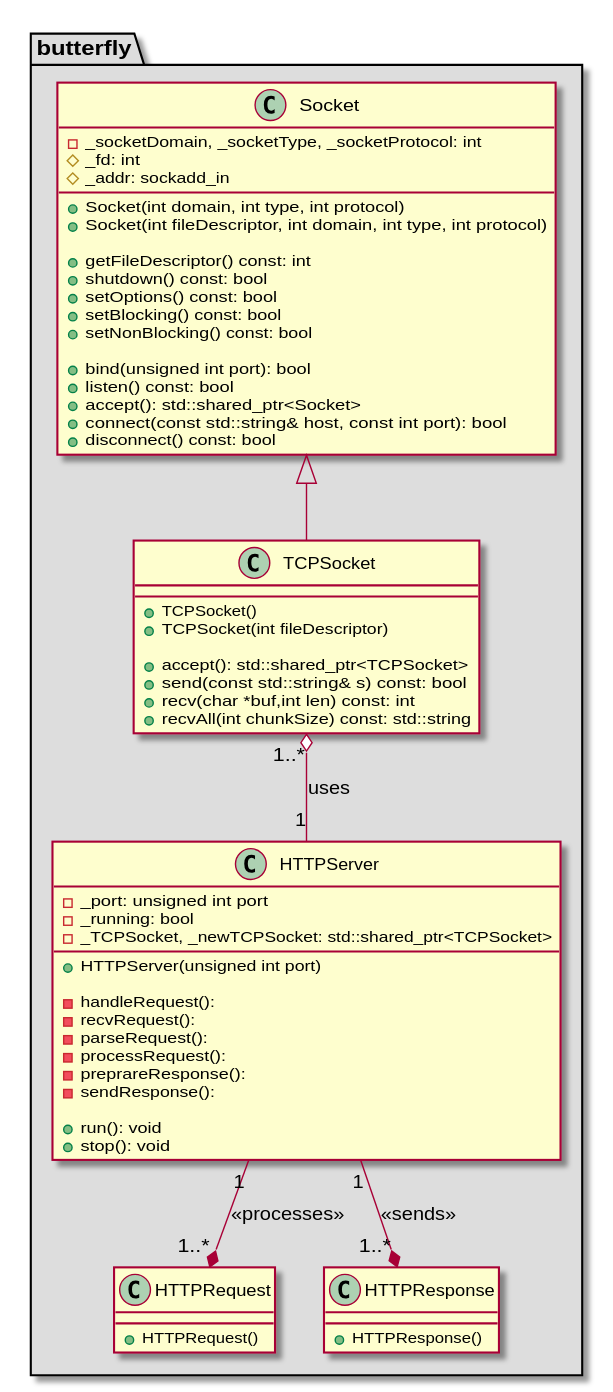
This is architecture/class_diagrams/httpServer.svg from bierschi/butterfly, a PlantUML export, as it was before one commit.
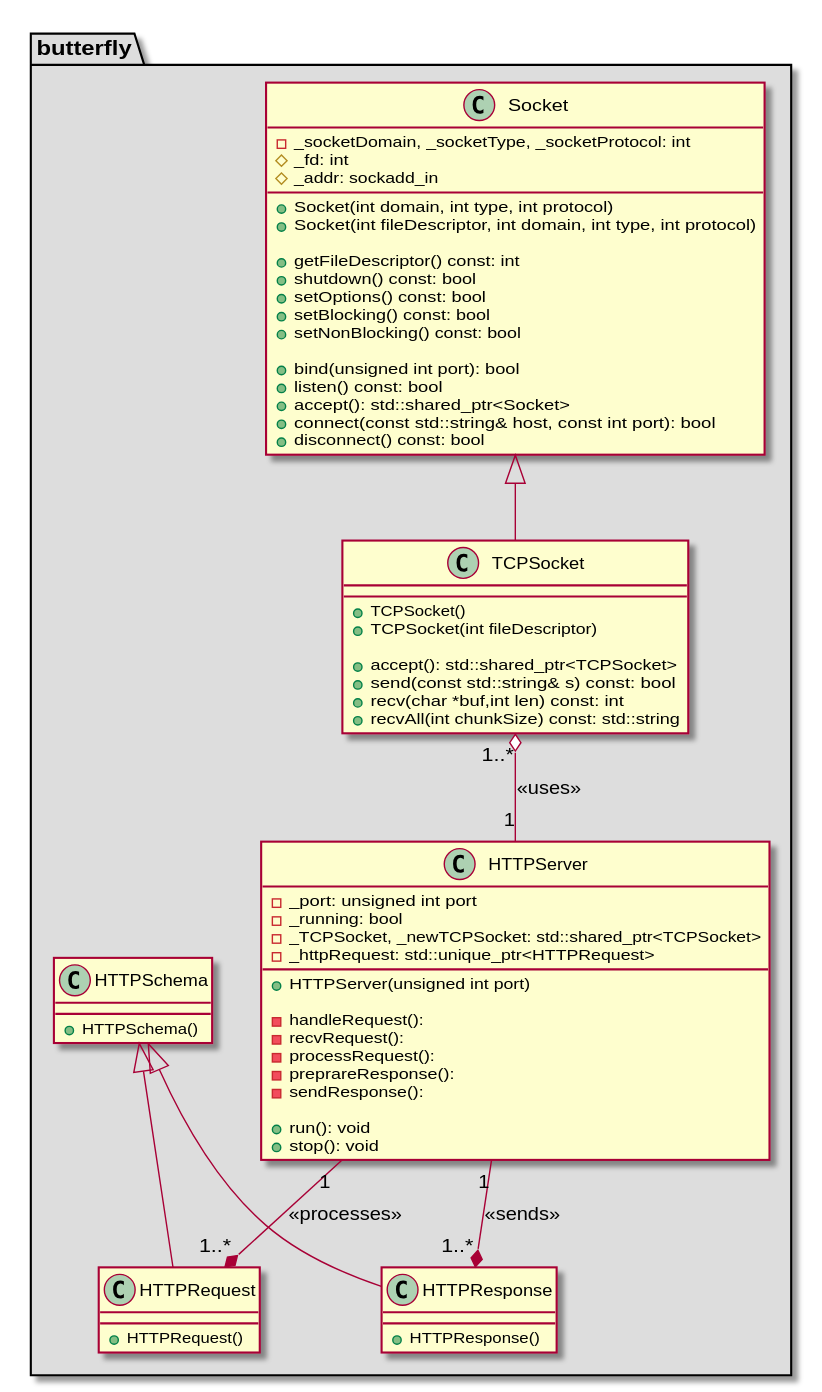
The same file after the commit.

Commit message:
Upated the architecture

What changed in the source:
```diff
@@ -5,8 +5,8 @@
 class Socket
 {
     - _socketDomain, _socketType, _socketProtocol: int
-    #_fd: int
-    #_addr: sockadd_in
+    # _fd: int
+    # _addr: sockadd_in
 
     +Socket(int domain, int type, int protocol)
     +Socket(int fileDescriptor, int domain, int type, int protocol)
@@ -39,19 +39,25 @@
 class HTTPServer
 {
     - _port: unsigned int port
-    -_running: bool
+    - _running: bool
     - _TCPSocket, _newTCPSocket: std::shared_ptr<TCPSocket>
+    - _httpRequest: std::unique_ptr<HTTPRequest>
     +HTTPServer(unsigned int port)
 
     -handleRequest():
     -recvRequest():
-    -parseRequest():
     -processRequest():
     -preprareResponse():
     -sendResponse():
 
     +run(): void
     +stop(): void
+}
+
+class HTTPSchema
+{
+
+    +HTTPSchema()
 }
 
 class HTTPRequest
@@ -67,10 +73,13 @@
 }
 
 Socket            <|-- TCPSocket
-TCPSocket "1..*"  o--  "1" HTTPServer : uses
+TCPSocket "1..*"  o--  "1" HTTPServer : <<uses>>
 
 HTTPServer "1"    --* "1..*" HTTPRequest: <<processes>>
 HTTPServer "1"    --* "1..*" HTTPResponse: <<sends>>
 
+HTTPSchema <|-- HTTPRequest
+HTTPSchema <|-- HTTPResponse
+
 }
 @enduml
```
